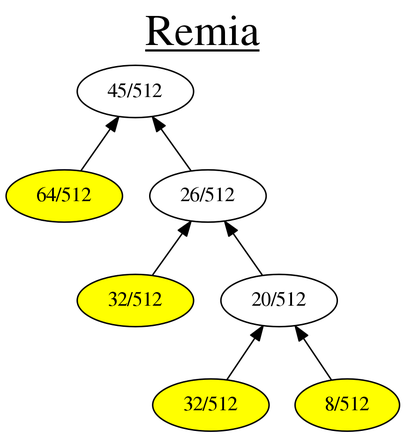
The Graphviz diagram GuiTool/image/Remia/RemiaDot.png in iitramar/guiTool, before a commit. Its source is kept beside it as GuiTool/image/Remia/RemiaDot.dot.
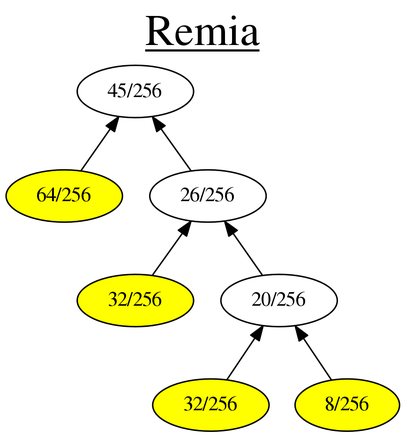
After the change.

The edit, as a diff of the source:
```diff
@@ -1,20 +1,20 @@
 digraph G {
 rankdir = BT;
 graph [label= <<u>Remia</u>> , labelloc=t, fontsize=30];
-1[label= " 45/512 " ];
-2[label= " 64/512 " ];
+1[label= " 45/256 " ];
+2[label= " 64/256 " ];
 2->1
-3[label= " 26/512 " ];
+3[label= " 26/256 " ];
 3->1
 2[style=filled, fillcolor=yellow];
-6[label= " 32/512 " ];
+6[label= " 32/256 " ];
 6->3
-7[label= " 20/512 " ];
+7[label= " 20/256 " ];
 7->3
 6[style=filled, fillcolor=yellow];
-14[label= " 32/512 " ];
+14[label= " 32/256 " ];
 14->7
-15[label= " 8/512 " ];
+15[label= " 8/256 " ];
 15->7
 14[style=filled, fillcolor=yellow];
 15[style=filled, fillcolor=yellow];
```
